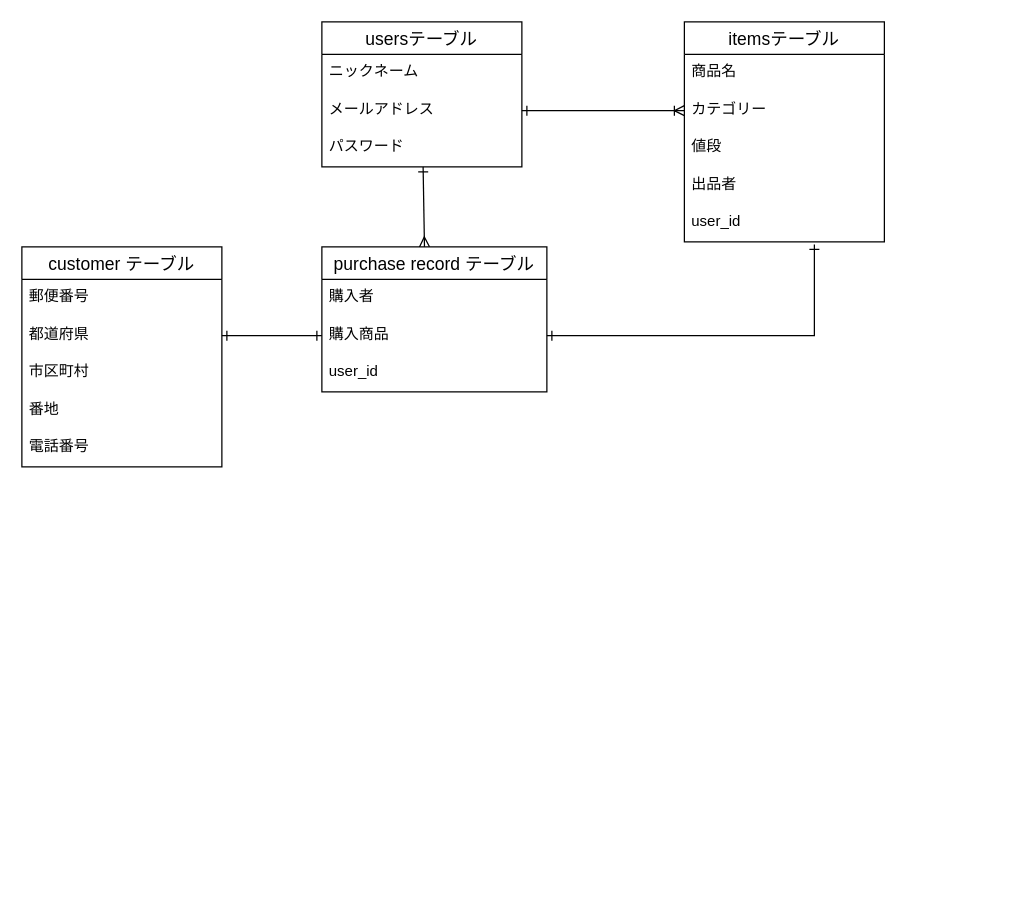
This is app/views/furima.dio from hanak1/furima-39984, a draw.io file, before an edit. Source tidied: cells renumbered, new cells numbered last; positions are measured from the earlier drawing's top-left corner, leaving out a move shared by most shapes. Both pictures are drawn from the tidied source at 125%, with x=0, y=0 at pixel (21, 21).
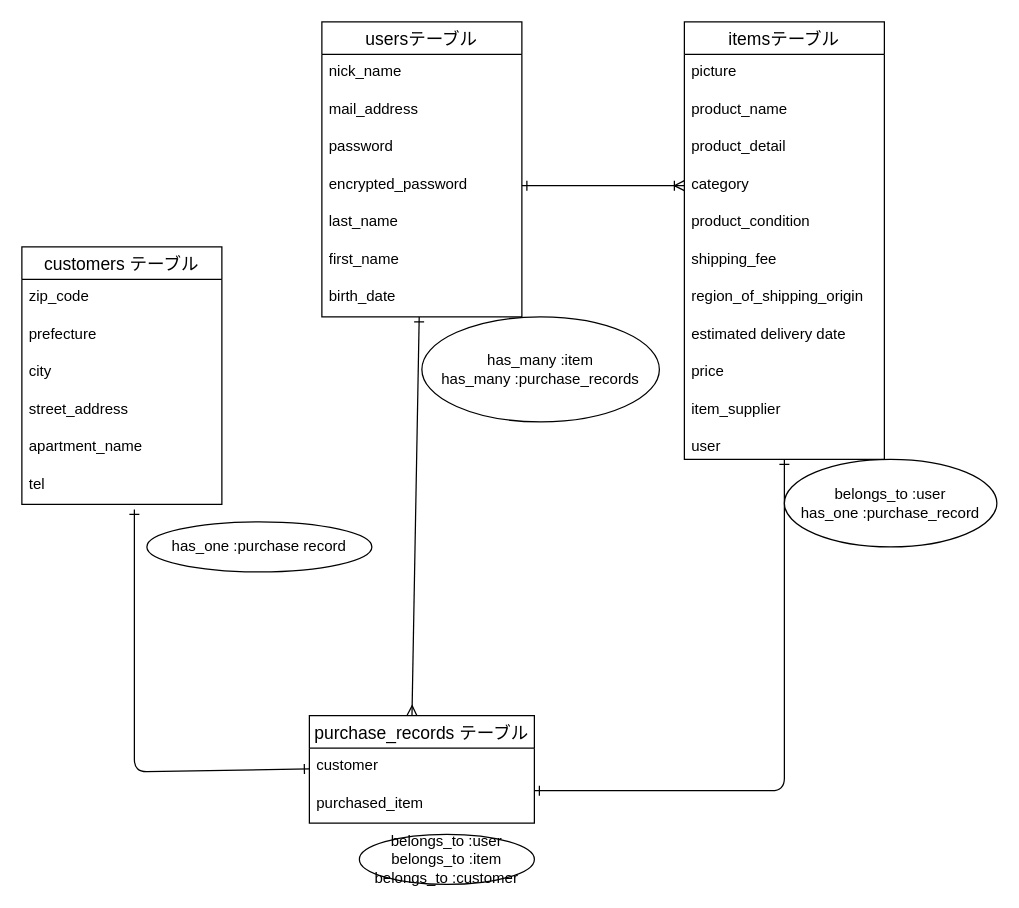
The same diagram, later.

Commit message (it also covers changes not shown here):
ＥR図やり直し

Diff of the diagram source:
```diff
@@
     <mxCell id="3" value="usersテーブル" style="swimlane;fontStyle=0;horizontal=1;startSize=26;align=center;fontSize=14;rounded=0;" parent="1" vertex="1">
-      <mxGeometry x="240" width="160" height="116" as="geometry" />
+      <mxGeometry x="240" width="160" height="236" as="geometry" />
     </mxCell>
-    <mxCell id="4" value="ニックネーム" style="text;strokeColor=none;fillColor=none;spacingLeft=4;spacingRight=4;overflow=hidden;fontSize=12;rounded=0;" parent="3" vertex="1">
+    <mxCell id="4" value="nick_name" style="text;strokeColor=none;fillColor=none;spacingLeft=4;spacingRight=4;overflow=hidden;fontSize=12;rounded=0;" parent="3" vertex="1">
       <mxGeometry y="26" width="160" height="30" as="geometry" />
     </mxCell>
-    <mxCell id="5" value="メールアドレス" style="text;strokeColor=none;fillColor=none;spacingLeft=4;spacingRight=4;overflow=hidden;points=[[0,0.5],[1,0.5]];portConstraint=eastwest;fontSize=12;rounded=0;" parent="3" vertex="1">
+    <mxCell id="5" value="mail_address" style="text;strokeColor=none;fillColor=none;spacingLeft=4;spacingRight=4;overflow=hidden;points=[[0,0.5],[1,0.5]];portConstraint=eastwest;fontSize=12;rounded=0;" parent="3" vertex="1">
       <mxGeometry y="56" width="160" height="30" as="geometry" />
     </mxCell>
-    <mxCell id="6" value="パスワード" style="text;strokeColor=none;fillColor=none;spacingLeft=4;spacingRight=4;overflow=hidden;fontSize=12;rounded=0;" parent="3" vertex="1">
+    <mxCell id="6" value="password" style="text;strokeColor=none;fillColor=none;spacingLeft=4;spacingRight=4;overflow=hidden;fontSize=12;rounded=0;" parent="3" vertex="1">
       <mxGeometry y="86" width="160" height="30" as="geometry" />
     </mxCell>
+    <mxCell id="26" value="encrypted_password" style="text;strokeColor=none;fillColor=none;spacingLeft=4;spacingRight=4;overflow=hidden;points=[[0,0.5],[1,0.5]];portConstraint=eastwest;fontSize=12;" parent="3" vertex="1">
+      <mxGeometry y="116" width="160" height="30" as="geometry" />
+    </mxCell>
+    <mxCell id="27" value="last_name" style="text;strokeColor=none;fillColor=none;spacingLeft=4;spacingRight=4;overflow=hidden;fontSize=12;" parent="3" vertex="1">
+      <mxGeometry y="146" width="160" height="30" as="geometry" />
+    </mxCell>
+    <mxCell id="28" value="first_name" style="text;strokeColor=none;fillColor=none;spacingLeft=4;spacingRight=4;overflow=hidden;fontSize=12;" parent="3" vertex="1">
+      <mxGeometry y="176" width="160" height="30" as="geometry" />
+    </mxCell>
+    <mxCell id="29" value="birth_date" style="text;strokeColor=none;fillColor=none;spacingLeft=4;spacingRight=4;overflow=hidden;fontSize=12;" parent="3" vertex="1">
+      <mxGeometry y="206" width="160" height="30" as="geometry" />
+    </mxCell>
     <mxCell id="7" value="itemsテーブル" style="swimlane;fontStyle=0;horizontal=1;startSize=26;align=center;fontSize=14;rounded=0;" parent="1" vertex="1">
-      <mxGeometry x="530" width="160" height="176" as="geometry" />
+      <mxGeometry x="530" width="160" height="350" as="geometry" />
     </mxCell>
+    <mxCell id="30" value="picture" style="text;strokeColor=none;fillColor=none;spacingLeft=4;spacingRight=4;overflow=hidden;fontSize=12;" parent="7" vertex="1">
+      <mxGeometry y="26" width="160" height="30" as="geometry" />
+    </mxCell>
-    <mxCell id="8" value="商品名    &#10;&#10;" style="text;strokeColor=none;fillColor=none;spacingLeft=4;spacingRight=4;overflow=hidden;fontSize=12;rounded=0;" parent="7" vertex="1">
-      <mxGeometry y="26" width="160" height="30" as="geometry" />
+    <mxCell id="8" value="product_name" style="text;strokeColor=none;fillColor=none;spacingLeft=4;spacingRight=4;overflow=hidden;fontSize=12;rounded=0;" parent="7" vertex="1">
+      <mxGeometry y="56" width="160" height="30" as="geometry" />
     </mxCell>
+    <mxCell id="31" value="product_detail" style="text;strokeColor=none;fillColor=none;spacingLeft=4;spacingRight=4;overflow=hidden;fontSize=12;" parent="7" vertex="1">
+      <mxGeometry y="86" width="160" height="30" as="geometry" />
+    </mxCell>
-    <mxCell id="9" value="カテゴリー" style="text;strokeColor=none;fillColor=none;spacingLeft=4;spacingRight=4;overflow=hidden;points=[[0,0.5],[1,0.5]];portConstraint=eastwest;fontSize=12;rounded=0;" parent="7" vertex="1">
-      <mxGeometry y="56" width="160" height="30" as="geometry" />
+    <mxCell id="9" value="category" style="text;strokeColor=none;fillColor=none;spacingLeft=4;spacingRight=4;overflow=hidden;points=[[0,0.5],[1,0.5]];portConstraint=eastwest;fontSize=12;rounded=0;" parent="7" vertex="1">
+      <mxGeometry y="116" width="160" height="30" as="geometry" />
     </mxCell>
+    <mxCell id="32" value="product_condition" style="text;strokeColor=none;fillColor=none;spacingLeft=4;spacingRight=4;overflow=hidden;fontSize=12;" parent="7" vertex="1">
+      <mxGeometry y="146" width="160" height="30" as="geometry" />
+    </mxCell>
+    <mxCell id="33" value="shipping_fee" style="text;strokeColor=none;fillColor=none;spacingLeft=4;spacingRight=4;overflow=hidden;fontSize=12;" parent="7" vertex="1">
+      <mxGeometry y="176" width="160" height="30" as="geometry" />
+    </mxCell>
+    <mxCell id="34" value="region_of_shipping_origin" style="text;strokeColor=none;fillColor=none;spacingLeft=4;spacingRight=4;overflow=hidden;fontSize=12;" parent="7" vertex="1">
+      <mxGeometry y="206" width="160" height="30" as="geometry" />
+    </mxCell>
+    <mxCell id="35" value="estimated delivery date" style="text;strokeColor=none;fillColor=none;spacingLeft=4;spacingRight=4;overflow=hidden;fontSize=12;" parent="7" vertex="1">
+      <mxGeometry y="236" width="160" height="30" as="geometry" />
+    </mxCell>
-    <mxCell id="10" value="値段&#10;" style="text;strokeColor=none;fillColor=none;spacingLeft=4;spacingRight=4;overflow=hidden;fontSize=12;rounded=0;" parent="7" vertex="1">
-      <mxGeometry y="86" width="160" height="30" as="geometry" />
+    <mxCell id="10" value="price" style="text;strokeColor=none;fillColor=none;spacingLeft=4;spacingRight=4;overflow=hidden;fontSize=12;rounded=0;" parent="7" vertex="1">
+      <mxGeometry y="266" width="160" height="30" as="geometry" />
     </mxCell>
-    <mxCell id="11" value="出品者" style="text;strokeColor=none;fillColor=none;spacingLeft=4;spacingRight=4;overflow=hidden;fontSize=12;rounded=0;" parent="7" vertex="1">
-      <mxGeometry y="116" width="160" height="30" as="geometry" />
+    <mxCell id="11" value="item_supplier" style="text;strokeColor=none;fillColor=none;spacingLeft=4;spacingRight=4;overflow=hidden;fontSize=12;rounded=0;" parent="7" vertex="1">
+      <mxGeometry y="296" width="160" height="30" as="geometry" />
     </mxCell>
-    <mxCell id="12" value="user_id" style="text;strokeColor=none;fillColor=none;spacingLeft=4;spacingRight=4;overflow=hidden;points=[[0,0.5],[1,0.5]];portConstraint=eastwest;fontSize=12;rounded=0;" parent="7" vertex="1">
-      <mxGeometry y="146" width="160" height="30" as="geometry" />
+    <mxCell id="12" value="user" style="text;strokeColor=none;fillColor=none;spacingLeft=4;spacingRight=4;overflow=hidden;points=[[0,0.5],[1,0.5]];portConstraint=eastwest;fontSize=12;rounded=0;" parent="7" vertex="1">
+      <mxGeometry y="326" width="160" height="24" as="geometry" />
     </mxCell>
-    <mxCell id="13" value="customer テーブル" style="swimlane;fontStyle=0;horizontal=1;startSize=26;align=center;fontSize=14;rounded=0;" parent="1" vertex="1">
-      <mxGeometry y="180" width="160" height="176" as="geometry" />
+    <mxCell id="13" value="customers テーブル" style="swimlane;fontStyle=0;horizontal=1;startSize=26;align=center;fontSize=14;rounded=0;" parent="1" vertex="1">
+      <mxGeometry y="180" width="160" height="206" as="geometry" />
     </mxCell>
-    <mxCell id="14" value="郵便番号&#10;&#10;&#10;" style="text;strokeColor=none;fillColor=none;spacingLeft=4;spacingRight=4;overflow=hidden;fontSize=12;rounded=0;" parent="13" vertex="1">
+    <mxCell id="14" value="zip_code" style="text;strokeColor=none;fillColor=none;spacingLeft=4;spacingRight=4;overflow=hidden;fontSize=12;rounded=0;" parent="13" vertex="1">
       <mxGeometry y="26" width="160" height="30" as="geometry" />
     </mxCell>
-    <mxCell id="15" value="都道府県" style="text;strokeColor=none;fillColor=none;spacingLeft=4;spacingRight=4;overflow=hidden;points=[[0,0.5],[1,0.5]];portConstraint=eastwest;fontSize=12;rounded=0;" parent="13" vertex="1">
+    <mxCell id="15" value="prefecture" style="text;strokeColor=none;fillColor=none;spacingLeft=4;spacingRight=4;overflow=hidden;points=[[0,0.5],[1,0.5]];portConstraint=eastwest;fontSize=12;rounded=0;" parent="13" vertex="1">
       <mxGeometry y="56" width="160" height="30" as="geometry" />
     </mxCell>
-    <mxCell id="16" value="市区町村" style="text;strokeColor=none;fillColor=none;spacingLeft=4;spacingRight=4;overflow=hidden;fontSize=12;rounded=0;" parent="13" vertex="1">
+    <mxCell id="16" value="city" style="text;strokeColor=none;fillColor=none;spacingLeft=4;spacingRight=4;overflow=hidden;fontSize=12;rounded=0;" parent="13" vertex="1">
       <mxGeometry y="86" width="160" height="30" as="geometry" />
     </mxCell>
-    <mxCell id="17" value="番地" style="text;strokeColor=none;fillColor=none;spacingLeft=4;spacingRight=4;overflow=hidden;fontSize=12;rounded=0;" parent="13" vertex="1">
+    <mxCell id="17" value="street_address" style="text;strokeColor=none;fillColor=none;spacingLeft=4;spacingRight=4;overflow=hidden;fontSize=12;rounded=0;" parent="13" vertex="1">
       <mxGeometry y="116" width="160" height="30" as="geometry" />
     </mxCell>
+    <mxCell id="36" value="apartment_name" style="text;strokeColor=none;fillColor=none;spacingLeft=4;spacingRight=4;overflow=hidden;fontSize=12;" parent="13" vertex="1">
+      <mxGeometry y="146" width="160" height="30" as="geometry" />
+    </mxCell>
-    <mxCell id="18" value="電話番号" style="text;strokeColor=none;fillColor=none;spacingLeft=4;spacingRight=4;overflow=hidden;fontSize=12;rounded=0;" parent="13" vertex="1">
-      <mxGeometry y="146" width="160" height="30" as="geometry" />
+    <mxCell id="18" value="tel" style="text;strokeColor=none;fillColor=none;spacingLeft=4;spacingRight=4;overflow=hidden;fontSize=12;rounded=0;" parent="13" vertex="1">
+      <mxGeometry y="176" width="160" height="30" as="geometry" />
     </mxCell>
-    <mxCell id="19" value="purchase record テーブル" style="swimlane;fontStyle=0;horizontal=1;startSize=26;align=center;fontSize=14;strokeColor=default;rounded=0;" parent="1" vertex="1">
-      <mxGeometry x="240" y="180" width="180" height="116" as="geometry" />
+    <mxCell id="19" value="purchase_records テーブル" style="swimlane;fontStyle=0;horizontal=1;startSize=26;align=center;fontSize=14;strokeColor=default;rounded=0;" parent="1" vertex="1">
+      <mxGeometry x="230" y="555" width="180" height="86" as="geometry" />
     </mxCell>
-    <mxCell id="20" value="購入者" style="text;strokeColor=none;fillColor=none;spacingLeft=4;spacingRight=4;overflow=hidden;points=[[0,0.5],[1,0.5]];portConstraint=eastwest;fontSize=12;rounded=0;" parent="19" vertex="1">
+    <mxCell id="20" value="customer" style="text;strokeColor=none;fillColor=none;spacingLeft=4;spacingRight=4;overflow=hidden;points=[[0,0.5],[1,0.5]];portConstraint=eastwest;fontSize=12;rounded=0;" parent="19" vertex="1">
       <mxGeometry y="26" width="180" height="30" as="geometry" />
     </mxCell>
-    <mxCell id="21" value="購入商品" style="text;strokeColor=none;fillColor=none;spacingLeft=4;spacingRight=4;overflow=hidden;points=[[0,0.5],[1,0.5]];portConstraint=eastwest;fontSize=12;rounded=0;" parent="19" vertex="1">
+    <mxCell id="21" value="purchased_item" style="text;strokeColor=none;fillColor=none;spacingLeft=4;spacingRight=4;overflow=hidden;points=[[0,0.5],[1,0.5]];portConstraint=eastwest;fontSize=12;rounded=0;" parent="19" vertex="1">
       <mxGeometry y="56" width="180" height="30" as="geometry" />
     </mxCell>
-    <mxCell id="22" value="user_id" style="text;strokeColor=none;fillColor=none;spacingLeft=4;spacingRight=4;overflow=hidden;fontSize=12;rounded=0;" parent="19" vertex="1">
-      <mxGeometry y="86" width="180" height="30" as="geometry" />
-    </mxCell>
-    <mxCell id="23" style="edgeStyle=none;html=1;exitX=1;exitY=0.5;exitDx=0;exitDy=0;entryX=0;entryY=0.5;entryDx=0;entryDy=0;strokeWidth=1;startArrow=ERone;startFill=0;endArrow=ERone;endFill=0;rounded=0;" parent="1" edge="1" source="15" target="21">
-      <mxGeometry relative="1" as="geometry" />
-    </mxCell>
-    <mxCell id="24" style="edgeStyle=none;html=1;entryX=0;entryY=0.5;entryDx=0;entryDy=0;strokeWidth=1;startArrow=ERone;startFill=0;endArrow=ERoneToMany;endFill=0;rounded=0;" parent="1" edge="1" source="5" target="9">
+    <mxCell id="24" style="edgeStyle=none;html=1;entryX=0;entryY=0.5;entryDx=0;entryDy=0;strokeWidth=1;startArrow=ERone;startFill=0;endArrow=ERoneToMany;endFill=0;rounded=0;exitX=1;exitY=0.5;exitDx=0;exitDy=0;" parent="1" edge="1" source="26" target="9">
       <mxGeometry relative="1" as="geometry" />
     </mxCell>
-    <mxCell id="25" style="edgeStyle=none;html=1;exitX=1;exitY=0.5;exitDx=0;exitDy=0;entryX=0.65;entryY=1.067;entryDx=0;entryDy=0;entryPerimeter=0;strokeWidth=1;startArrow=ERone;startFill=0;endArrow=ERone;endFill=0;rounded=0;" parent="1" edge="1" source="21" target="12">
-      <mxGeometry relative="1" as="geometry">
-        <Array as="points">
-          <mxPoint x="634" y="251" />
-        </Array>
-      </mxGeometry>
-    </mxCell>
+    <mxCell id="37" value="has_many :item&lt;br&gt;has_many :purchase_records" style="ellipse;whiteSpace=wrap;html=1;align=center;strokeColor=default;" parent="1" vertex="1">
+      <mxGeometry x="320" y="236" width="190" height="84" as="geometry" />
+    </mxCell>
+    <mxCell id="38" style="edgeStyle=none;html=1;strokeWidth=1;startArrow=ERone;startFill=0;endArrow=ERone;endFill=0;" parent="1" edge="1">
+      <mxGeometry relative="1" as="geometry">
+        <mxPoint x="610" y="350" as="sourcePoint" />
+        <mxPoint x="410" y="615" as="targetPoint" />
+        <Array as="points">
+          <mxPoint x="610" y="615" />
+        </Array>
+      </mxGeometry>
+    </mxCell>
+    <mxCell id="39" style="edgeStyle=none;html=1;strokeWidth=1;startArrow=ERone;startFill=0;endArrow=ERone;endFill=0;" parent="1" edge="1" source="20">
+      <mxGeometry relative="1" as="geometry">
+        <mxPoint x="90" y="390" as="targetPoint" />
+        <Array as="points">
+          <mxPoint x="90" y="600" />
+        </Array>
+      </mxGeometry>
+    </mxCell>
+    <mxCell id="40" value="belongs_to :user&lt;br style=&quot;border-color: var(--border-color);&quot;&gt;has_one :purchase_record" style="ellipse;whiteSpace=wrap;html=1;align=center;strokeColor=default;" parent="1" vertex="1">
+      <mxGeometry x="610" y="350" width="170" height="70" as="geometry" />
+    </mxCell>
+    <mxCell id="41" value="belongs_to :user&lt;br&gt;belongs_to :item&lt;br&gt;belongs_to :customer" style="ellipse;whiteSpace=wrap;html=1;align=center;strokeColor=default;" parent="1" vertex="1">
+      <mxGeometry x="270" y="650" width="140" height="40" as="geometry" />
+    </mxCell>
+    <mxCell id="42" value="has_one :purchase record" style="ellipse;whiteSpace=wrap;html=1;align=center;strokeColor=default;" parent="1" vertex="1">
+      <mxGeometry x="100" y="400" width="180" height="40" as="geometry" />
+    </mxCell>
```
